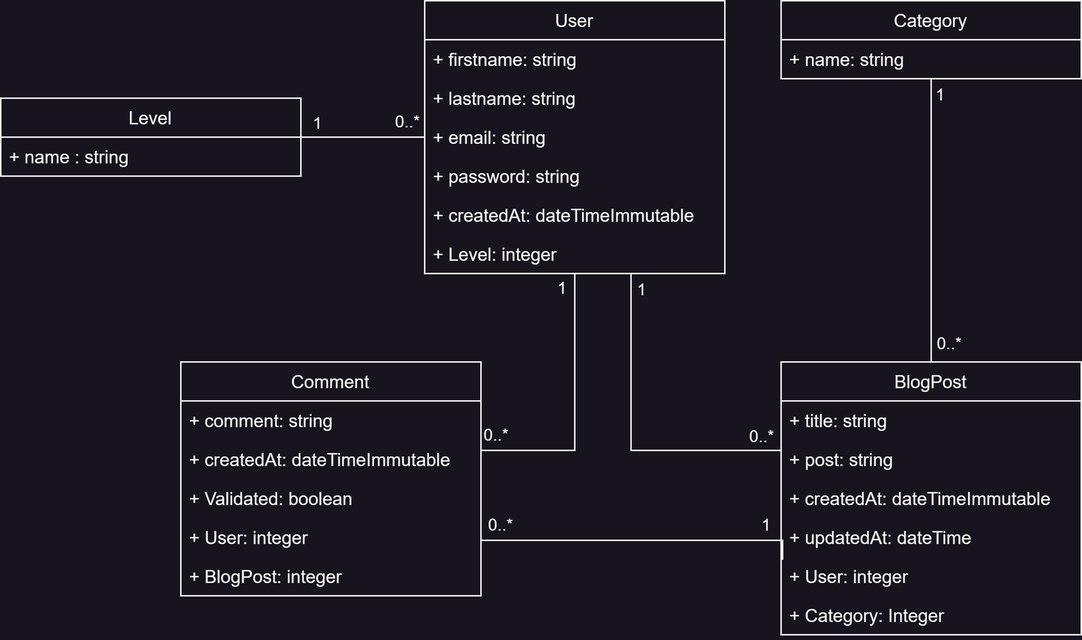
The draw.io diagram Diagrames/Diagramme de classes.png in tydoo/oc-symfony-p5, before a commit. Source tidied: cells renumbered, new cells last; positions are measured from the earlier drawing's top-left corner, leaving out a move shared by most shapes.
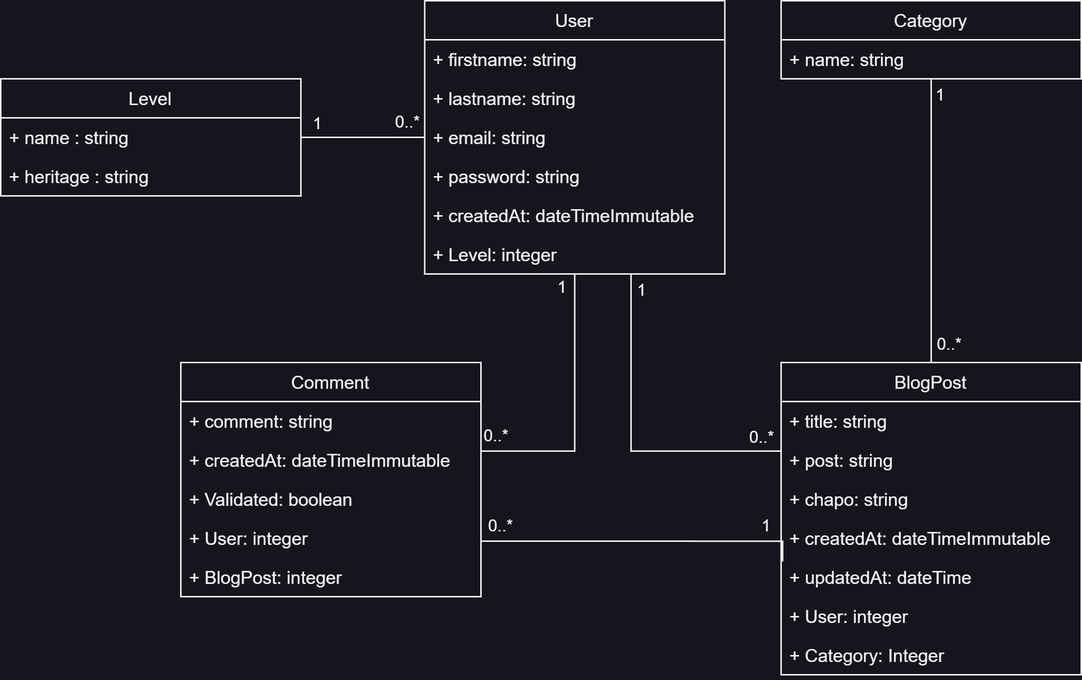
Above is the later version.

Commit message:
✅ Ajout des diagrames #11

What changed in the source:
```diff
@@ -2,7 +2,7 @@
   <root>
     <mxCell id="0" />
     <mxCell id="1" parent="0" />
-    <mxCell id="2" style="edgeStyle=orthogonalEdgeStyle;rounded=0;jettySize=auto;html=1;startArrow=none;startFill=0;endArrow=none;endFill=0;" parent="1" edge="1" source="8" target="20">
+    <mxCell id="2" style="edgeStyle=orthogonalEdgeStyle;rounded=0;jettySize=auto;html=1;startArrow=none;startFill=0;endArrow=none;endFill=0;" parent="1" edge="1" source="8" target="21">
       <mxGeometry relative="1" as="geometry">
         <Array as="points">
           <mxPoint x="420" y="300" />
@@ -19,7 +19,7 @@
         <mxPoint y="-9" as="offset" />
       </mxGeometry>
     </mxCell>
-    <mxCell id="5" style="edgeStyle=orthogonalEdgeStyle;rounded=0;jettySize=auto;html=1;endArrow=none;endFill=0;" parent="1" edge="1" source="8" target="30">
+    <mxCell id="5" style="edgeStyle=orthogonalEdgeStyle;rounded=0;jettySize=auto;html=1;endArrow=none;endFill=0;" parent="1" edge="1" source="8" target="32">
       <mxGeometry relative="1" as="geometry">
         <Array as="points">
           <mxPoint x="383" y="300" />
@@ -71,93 +71,99 @@
       </mxGeometry>
     </mxCell>
     <mxCell id="18" value="Level" style="swimlane;fontStyle=0;horizontal=1;startSize=26;fillColor=none;" parent="1" vertex="1">
-      <mxGeometry y="65" width="200" height="52" as="geometry" />
+      <mxGeometry y="52" width="200" height="78" as="geometry" />
     </mxCell>
     <mxCell id="19" value="+ name : string" style="text;strokeColor=none;fillColor=none;align=left;verticalAlign=top;spacingLeft=4;spacingRight=4;overflow=hidden;" parent="18" vertex="1">
       <mxGeometry y="26" width="200" height="26" as="geometry" />
     </mxCell>
-    <mxCell id="20" value="BlogPost" style="swimlane;fontStyle=0;horizontal=1;startSize=26;fillColor=none;" parent="1" vertex="1">
-      <mxGeometry x="520" y="241" width="200" height="182" as="geometry" />
+    <mxCell id="20" value="+ heritage : string" style="text;strokeColor=none;fillColor=none;align=left;verticalAlign=top;spacingLeft=4;spacingRight=4;overflow=hidden;points=[[0,0.5],[1,0.5]];portConstraint=eastwest;" parent="18" vertex="1">
+      <mxGeometry y="52" width="200" height="26" as="geometry" />
     </mxCell>
-    <mxCell id="21" value="+ title: string" style="text;strokeColor=none;fillColor=none;align=left;verticalAlign=top;spacingLeft=4;spacingRight=4;overflow=hidden;points=[[0,0.5],[1,0.5]];portConstraint=eastwest;" parent="20" vertex="1">
-      <mxGeometry y="26" width="200" height="26" as="geometry" />
+    <mxCell id="21" value="BlogPost" style="swimlane;fontStyle=0;horizontal=1;startSize=26;fillColor=none;" parent="1" vertex="1">
+      <mxGeometry x="520" y="241" width="200" height="208" as="geometry" />
     </mxCell>
-    <mxCell id="22" value="+ post: string" style="text;strokeColor=none;fillColor=none;align=left;verticalAlign=top;spacingLeft=4;spacingRight=4;overflow=hidden;" parent="20" vertex="1">
-      <mxGeometry y="52" width="200" height="26" as="geometry" />
+    <mxCell id="22" value="+ title: string" style="text;strokeColor=none;fillColor=none;align=left;verticalAlign=top;spacingLeft=4;spacingRight=4;overflow=hidden;" parent="21" vertex="1">
+      <mxGeometry y="26" width="200" height="26" as="geometry" />
     </mxCell>
-    <mxCell id="23" value="+ createdAt: dateTimeImmutable" style="text;strokeColor=none;fillColor=none;align=left;verticalAlign=top;spacingLeft=4;spacingRight=4;overflow=hidden;" parent="20" vertex="1">
-      <mxGeometry y="78" width="200" height="26" as="geometry" />
+    <mxCell id="23" value="+ post: string" style="text;strokeColor=none;fillColor=none;align=left;verticalAlign=top;spacingLeft=4;spacingRight=4;overflow=hidden;" parent="21" vertex="1">
+      <mxGeometry y="52" width="200" height="26" as="geometry" />
     </mxCell>
-    <mxCell id="24" value="+ updatedAt: dateTime" style="text;strokeColor=none;fillColor=none;align=left;verticalAlign=top;spacingLeft=4;spacingRight=4;overflow=hidden;" parent="20" vertex="1">
-      <mxGeometry y="104" width="200" height="26" as="geometry" />
+    <mxCell id="24" value="+ chapo: string" style="text;strokeColor=none;fillColor=none;align=left;verticalAlign=top;spacingLeft=4;spacingRight=4;overflow=hidden;" parent="21" vertex="1">
+      <mxGeometry y="78" width="200" height="26" as="geometry" />
     </mxCell>
-    <mxCell id="25" value="+ User: integer" style="text;strokeColor=none;fillColor=none;align=left;verticalAlign=top;spacingLeft=4;spacingRight=4;overflow=hidden;" parent="20" vertex="1">
-      <mxGeometry y="130" width="200" height="26" as="geometry" />
+    <mxCell id="25" value="+ createdAt: dateTimeImmutable" style="text;strokeColor=none;fillColor=none;align=left;verticalAlign=top;spacingLeft=4;spacingRight=4;overflow=hidden;" parent="21" vertex="1">
+      <mxGeometry y="104" width="200" height="26" as="geometry" />
     </mxCell>
-    <mxCell id="26" value="+ Category: Integer" style="text;strokeColor=none;fillColor=none;align=left;verticalAlign=top;spacingLeft=4;spacingRight=4;overflow=hidden;" parent="20" vertex="1">
-      <mxGeometry y="156" width="200" height="26" as="geometry" />
+    <mxCell id="26" value="+ updatedAt: dateTime" style="text;strokeColor=none;fillColor=none;align=left;verticalAlign=top;spacingLeft=4;spacingRight=4;overflow=hidden;" parent="21" vertex="1">
+      <mxGeometry y="130" width="200" height="26" as="geometry" />
     </mxCell>
-    <mxCell id="27" style="edgeStyle=orthogonalEdgeStyle;rounded=0;orthogonalLoop=1;jettySize=auto;html=1;endArrow=none;endFill=0;" parent="1" edge="1">
-      <mxGeometry relative="1" as="geometry">
-        <mxPoint x="320" y="360" as="sourcePoint" />
-        <mxPoint x="520" y="373" as="targetPoint" />
-        <Array as="points">
-          <mxPoint x="521" y="360" />
-          <mxPoint x="521" y="373" />
-        </Array>
-      </mxGeometry>
+    <mxCell id="27" value="+ User: integer" style="text;strokeColor=none;fillColor=none;align=left;verticalAlign=top;spacingLeft=4;spacingRight=4;overflow=hidden;" parent="21" vertex="1">
+      <mxGeometry y="156" width="200" height="26" as="geometry" />
     </mxCell>
-    <mxCell id="28" value="0..*" style="edgeLabel;html=1;align=center;verticalAlign=middle;" parent="27" vertex="1">
-      <mxGeometry x="-0.88" relative="1" as="geometry">
-        <mxPoint y="-10" as="offset" />
-      </mxGeometry>
+    <mxCell id="28" value="+ Category: Integer" style="text;strokeColor=none;fillColor=none;align=left;verticalAlign=top;spacingLeft=4;spacingRight=4;overflow=hidden;" parent="21" vertex="1">
+      <mxGeometry y="182" width="200" height="26" as="geometry" />
     </mxCell>
-    <mxCell id="29" value="1" style="edgeLabel;html=1;align=center;verticalAlign=middle;" parent="27" vertex="1">
-      <mxGeometry x="0.73" relative="1" as="geometry">
-        <mxPoint x="4" y="-10" as="offset" />
+    <mxCell id="29" style="edgeStyle=orthogonalEdgeStyle;rounded=0;orthogonalLoop=1;jettySize=auto;html=1;endArrow=none;endFill=0;" parent="1" edge="1">
+      <mxGeometry relative="1" as="geometry">
+        <mxPoint x="320" y="360" as="sourcePoint" />
+        <mxPoint x="520" y="373" as="targetPoint" />
+        <Array as="points">
+          <mxPoint x="521" y="360" />
+          <mxPoint x="521" y="373" />
+        </Array>
       </mxGeometry>
     </mxCell>
-    <mxCell id="30" value="Comment" style="swimlane;fontStyle=0;horizontal=1;startSize=26;fillColor=none;" parent="1" vertex="1">
-      <mxGeometry x="120" y="241" width="200" height="156" as="geometry" />
+    <mxCell id="30" value="0..*" style="edgeLabel;html=1;align=center;verticalAlign=middle;points=[];" parent="29" vertex="1">
+      <mxGeometry x="-0.88" relative="1" as="geometry">
+        <mxPoint y="-10" as="offset" />
+      </mxGeometry>
     </mxCell>
-    <mxCell id="31" value="+ comment: string" style="text;strokeColor=none;fillColor=none;align=left;verticalAlign=top;spacingLeft=4;spacingRight=4;overflow=hidden;" parent="30" vertex="1">
-      <mxGeometry y="26" width="200" height="26" as="geometry" />
+    <mxCell id="31" value="1" style="edgeLabel;html=1;align=center;verticalAlign=middle;" parent="29" vertex="1">
+      <mxGeometry x="0.73" relative="1" as="geometry">
+        <mxPoint x="4" y="-10" as="offset" />
+      </mxGeometry>
     </mxCell>
-    <mxCell id="32" value="+ createdAt: dateTimeImmutable" style="text;strokeColor=none;fillColor=none;align=left;verticalAlign=top;spacingLeft=4;spacingRight=4;overflow=hidden;points=[[0,0.5],[1,0.5]];portConstraint=eastwest;" parent="30" vertex="1">
-      <mxGeometry y="52" width="200" height="26" as="geometry" />
+    <mxCell id="32" value="Comment" style="swimlane;fontStyle=0;horizontal=1;startSize=26;fillColor=none;" parent="1" vertex="1">
+      <mxGeometry x="120" y="241" width="200" height="156" as="geometry" />
     </mxCell>
-    <mxCell id="33" value="+ Validated: boolean" style="text;strokeColor=none;fillColor=none;align=left;verticalAlign=top;spacingLeft=4;spacingRight=4;overflow=hidden;" parent="30" vertex="1">
-      <mxGeometry y="78" width="200" height="26" as="geometry" />
+    <mxCell id="33" value="+ comment: string" style="text;strokeColor=none;fillColor=none;align=left;verticalAlign=top;spacingLeft=4;spacingRight=4;overflow=hidden;" parent="32" vertex="1">
+      <mxGeometry y="26" width="200" height="26" as="geometry" />
     </mxCell>
-    <mxCell id="34" value="+ User: integer" style="text;strokeColor=none;fillColor=none;align=left;verticalAlign=top;spacingLeft=4;spacingRight=4;overflow=hidden;" parent="30" vertex="1">
-      <mxGeometry y="104" width="200" height="26" as="geometry" />
+    <mxCell id="34" value="+ createdAt: dateTimeImmutable" style="text;strokeColor=none;fillColor=none;align=left;verticalAlign=top;spacingLeft=4;spacingRight=4;overflow=hidden;" parent="32" vertex="1">
+      <mxGeometry y="52" width="200" height="26" as="geometry" />
     </mxCell>
-    <mxCell id="35" value="+ BlogPost: integer" style="text;strokeColor=none;fillColor=none;align=left;verticalAlign=top;spacingLeft=4;spacingRight=4;overflow=hidden;" parent="30" vertex="1">
-      <mxGeometry y="130" width="200" height="26" as="geometry" />
+    <mxCell id="35" value="+ Validated: boolean" style="text;strokeColor=none;fillColor=none;align=left;verticalAlign=top;spacingLeft=4;spacingRight=4;overflow=hidden;" parent="32" vertex="1">
+      <mxGeometry y="78" width="200" height="26" as="geometry" />
     </mxCell>
-    <mxCell id="36" style="edgeStyle=orthogonalEdgeStyle;rounded=0;jettySize=auto;html=1;endArrow=none;endFill=0;" parent="1" edge="1" source="39" target="20">
-      <mxGeometry relative="1" as="geometry">
-        <Array as="points">
-          <mxPoint x="620" y="130" />
-          <mxPoint x="620" y="130" />
-        </Array>
-      </mxGeometry>
+    <mxCell id="36" value="+ User: integer" style="text;strokeColor=none;fillColor=none;align=left;verticalAlign=top;spacingLeft=4;spacingRight=4;overflow=hidden;" parent="32" vertex="1">
+      <mxGeometry y="104" width="200" height="26" as="geometry" />
     </mxCell>
-    <mxCell id="37" value="1" style="edgeLabel;html=1;align=center;verticalAlign=middle;" parent="36" vertex="1">
-      <mxGeometry x="-0.85" relative="1" as="geometry">
-        <mxPoint x="6" y="-4" as="offset" />
-      </mxGeometry>
+    <mxCell id="37" value="+ BlogPost: integer" style="text;strokeColor=none;fillColor=none;align=left;verticalAlign=top;spacingLeft=4;spacingRight=4;overflow=hidden;" parent="32" vertex="1">
+      <mxGeometry y="130" width="200" height="26" as="geometry" />
     </mxCell>
-    <mxCell id="38" value="0..*" style="edgeLabel;html=1;align=center;verticalAlign=middle;" parent="36" vertex="1">
-      <mxGeometry x="0.86" y="-1" relative="1" as="geometry">
-        <mxPoint x="13" y="1" as="offset" />
+    <mxCell id="38" style="edgeStyle=orthogonalEdgeStyle;rounded=0;jettySize=auto;html=1;endArrow=none;endFill=0;" parent="1" edge="1" source="41" target="21">
+      <mxGeometry relative="1" as="geometry">
+        <Array as="points">
+          <mxPoint x="620" y="130" />
+          <mxPoint x="620" y="130" />
+        </Array>
       </mxGeometry>
     </mxCell>
-    <mxCell id="39" value="Category" style="swimlane;fontStyle=0;horizontal=1;startSize=26;fillColor=none;" parent="1" vertex="1">
-      <mxGeometry x="520" width="200" height="52" as="geometry" />
+    <mxCell id="39" value="1" style="edgeLabel;html=1;align=center;verticalAlign=middle;points=[];" parent="38" vertex="1">
+      <mxGeometry x="-0.85" relative="1" as="geometry">
+        <mxPoint x="6" y="-4" as="offset" />
+      </mxGeometry>
     </mxCell>
-    <mxCell id="40" value="+ name: string" style="text;strokeColor=none;fillColor=none;align=left;verticalAlign=top;spacingLeft=4;spacingRight=4;overflow=hidden;" parent="39" vertex="1">
-      <mxGeometry y="26" width="200" height="26" as="geometry" />
+    <mxCell id="40" value="0..*" style="edgeLabel;html=1;align=center;verticalAlign=middle;" parent="38" vertex="1">
+      <mxGeometry x="0.86" y="-1" relative="1" as="geometry">
+        <mxPoint x="13" y="1" as="offset" />
+      </mxGeometry>
     </mxCell>
+    <mxCell id="41" value="Category" style="swimlane;fontStyle=0;horizontal=1;startSize=26;fillColor=none;" parent="1" vertex="1">
+      <mxGeometry x="520" width="200" height="52" as="geometry" />
+    </mxCell>
+    <mxCell id="42" value="+ name: string" style="text;strokeColor=none;fillColor=none;align=left;verticalAlign=top;spacingLeft=4;spacingRight=4;overflow=hidden;" parent="41" vertex="1">
+      <mxGeometry y="26" width="200" height="26" as="geometry" />
+    </mxCell>
   </root>
 </mxGraphModel>
```
